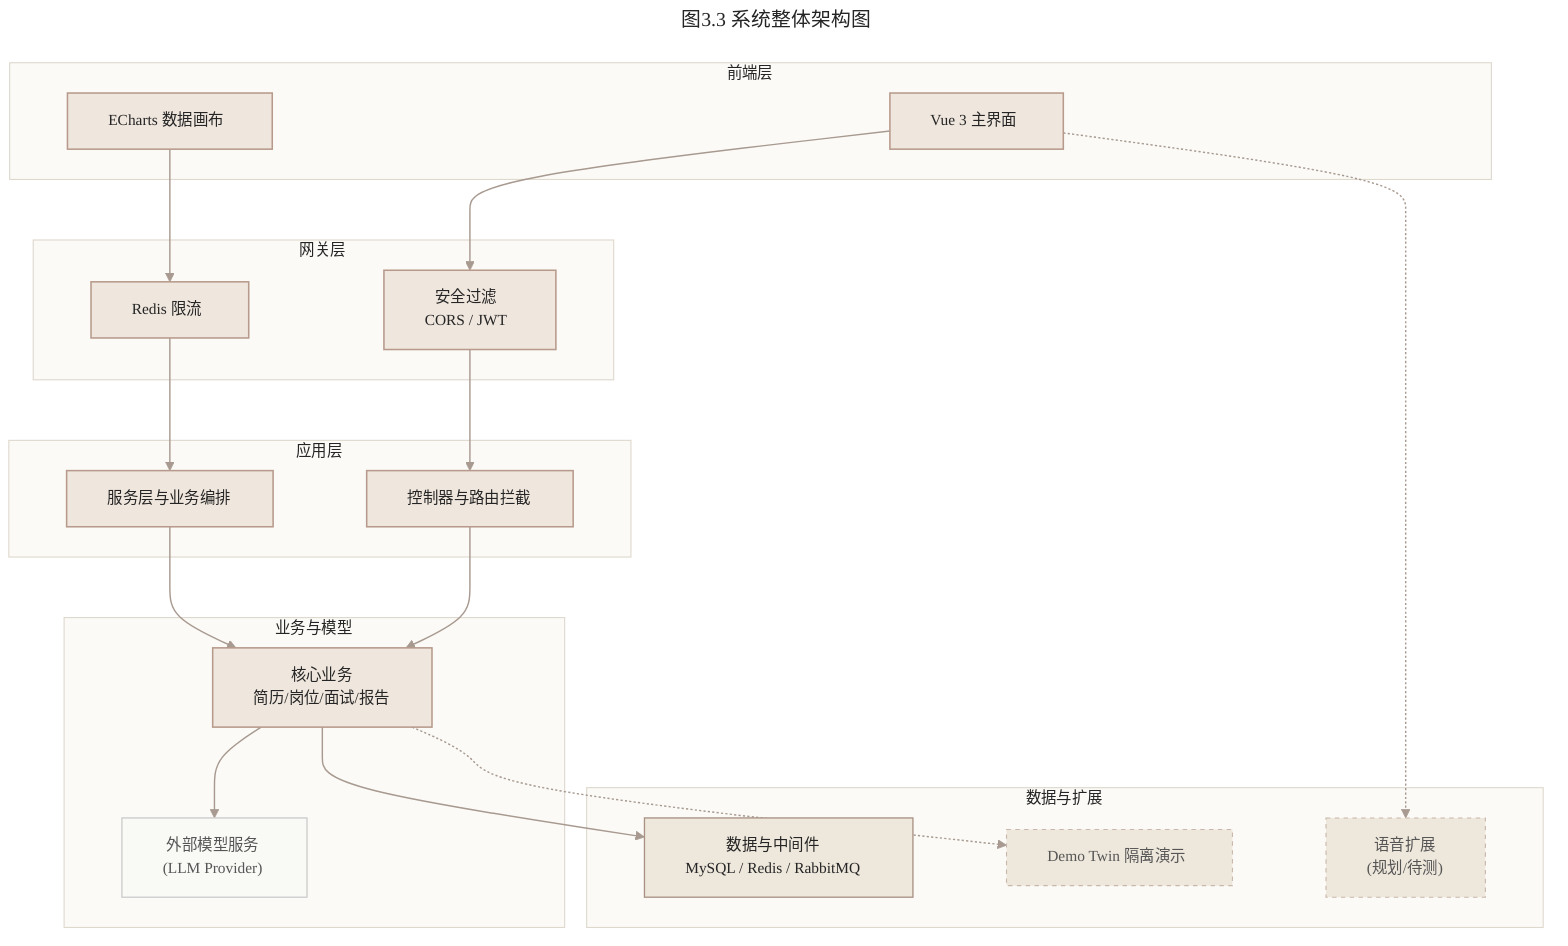
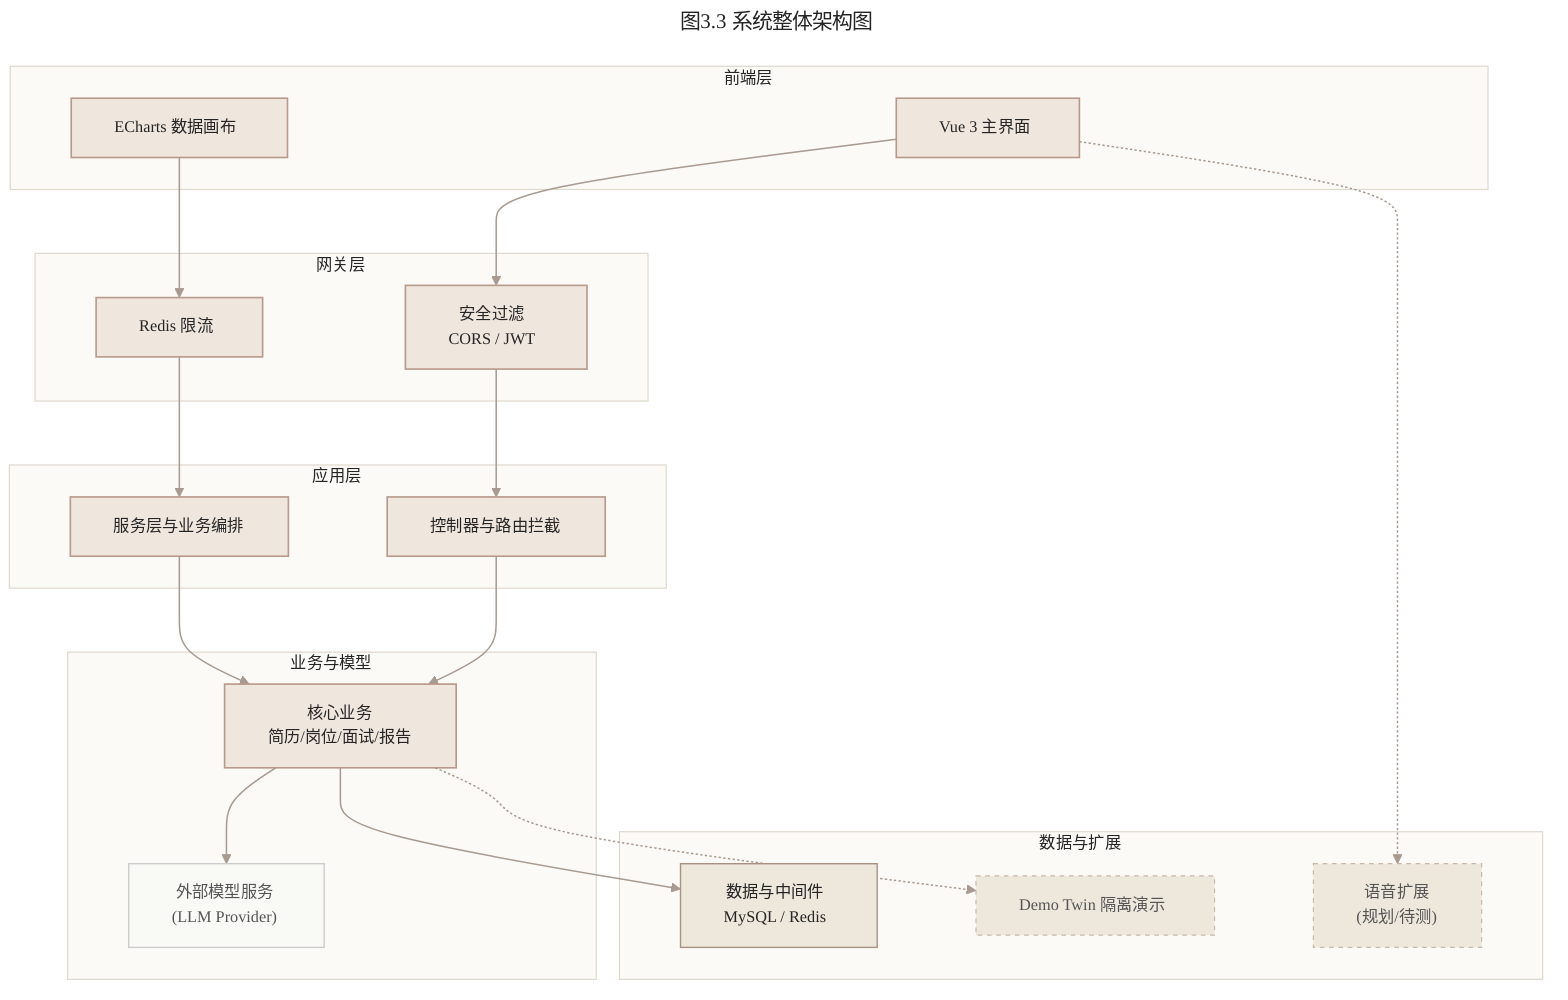
---
title: 图3.3 系统整体架构图
---
%%{init: {
  "theme": "base",
  "themeVariables": {
    "background": "#FAF8F2",
    "primaryColor": "#EFE6DD",
    "primaryBorderColor": "#B79A8B",
    "primaryTextColor": "#252525",
    "lineColor": "#A89A90",
    "secondaryColor": "#F6F0E8",
    "tertiaryColor": "#FBFAF6",
    "fontFamily": "system-ui, -apple-system, \"Microsoft YaHei\", sans-serif",
    "fontSize": "14px",
    "nodePadding": "15px"
  },
  "flowchart": {
    "nodeSpacing": 85,
    "rankSpacing": 55
  }
}}%%
flowchart TB
  subgraph Layer1[" &nbsp; 前端层 &nbsp; "]
    fe_web[" &nbsp; Vue 3 主界面 &nbsp; "]
    fe_charts[" &nbsp; ECharts 数据画布 &nbsp; "]
  end

  subgraph Layer2[" &nbsp; 网关层 &nbsp; "]
    gate_sec[" &nbsp; 安全过滤 &nbsp; <br/> &nbsp; CORS / JWT &nbsp; "]
    gate_limit[" &nbsp; Redis 限流 &nbsp; "]
  end

  subgraph Layer3[" &nbsp; 应用层 &nbsp; "]
    app_ctrl[" &nbsp; 控制器与路由拦截 &nbsp; "]
    app_orche[" &nbsp; 服务层与业务编排 &nbsp; "]
  end

  subgraph Layer4[" &nbsp; 业务与模型 &nbsp; "]
    core[" &nbsp; 核心业务 &nbsp; <br/> &nbsp; 简历/岗位/面试/报告 &nbsp; "]
    llm[" &nbsp; 外部模型服务 &nbsp; <br/> &nbsp; (LLM Provider) &nbsp; "]
  end

  subgraph Layer5[" &nbsp; 数据与扩展 &nbsp; "]
-     data[" &nbsp; 数据与中间件 &nbsp; <br/> &nbsp; MySQL / Redis / RabbitMQ &nbsp; "]
+     data[" &nbsp; 数据与中间件 &nbsp; <br/> &nbsp; MySQL / Redis &nbsp; "]
    demo[" &nbsp; Demo Twin 隔离演示 &nbsp; "]
    voice[" &nbsp; 语音扩展 &nbsp; <br/> &nbsp; (规划/待测) &nbsp; "]
  end

  fe_web --> gate_sec
  fe_charts --> gate_limit

  gate_sec --> app_ctrl
  gate_limit --> app_orche

  app_ctrl --> core
  app_orche --> core

  core --> llm
  core --> data
  core -.-> demo
  fe_web -.-> voice

  classDef layer fill:#FBFAF6,stroke:#DED8CD,color:#252525
  classDef main fill:#EFE6DD,stroke:#B79A8B,stroke-width:1.4px,color:#252525
  classDef store fill:#EEE7DC,stroke:#A89183,stroke-width:1.2px,color:#252525
  classDef ext fill:#F9F9F6,stroke:#CCCCCC,stroke-width:1.2px,color:#555555
  classDef plan fill:#EEE7DC,stroke:#C8B7AA,stroke-dasharray: 4 4,color:#555555

  class Layer1,Layer2,Layer3,Layer4,Layer5 layer
  class fe_web,fe_charts,gate_sec,gate_limit,app_ctrl,app_orche,core main
  class data store
  class llm ext
  class demo,voice plan
  linkStyle default stroke:#A89A90,stroke-width:1.3px
